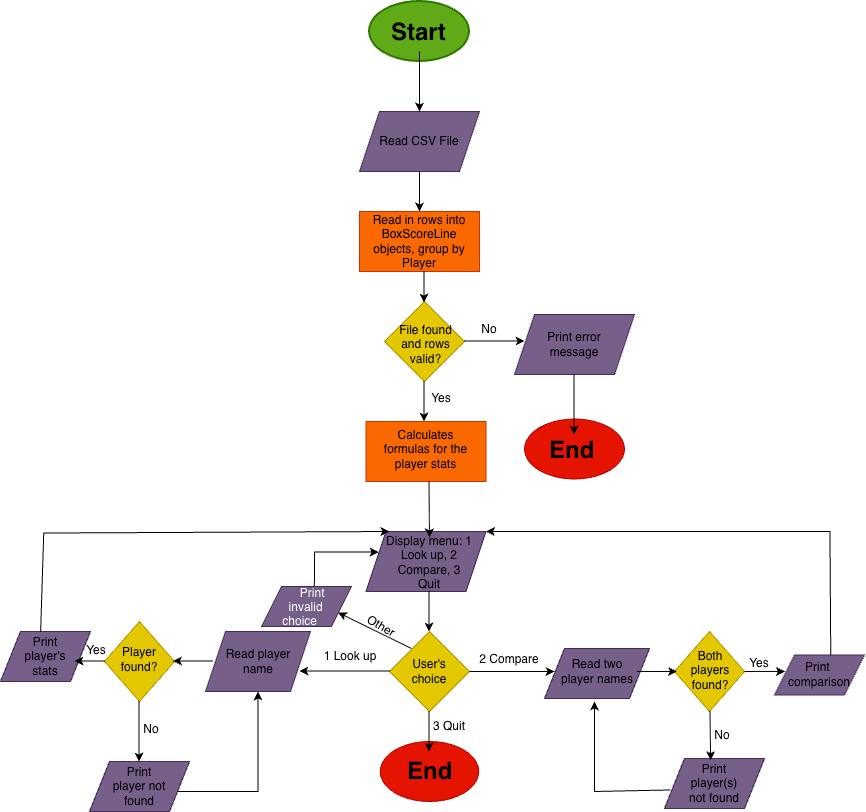
The draw.io diagram docs/flowchart.png in manyaj-08/WNBAnalytics, before a commit. Source tidied: cells renumbered, new cells last; positions are measured from the earlier drawing's top-left corner, leaving out a move shared by most shapes.
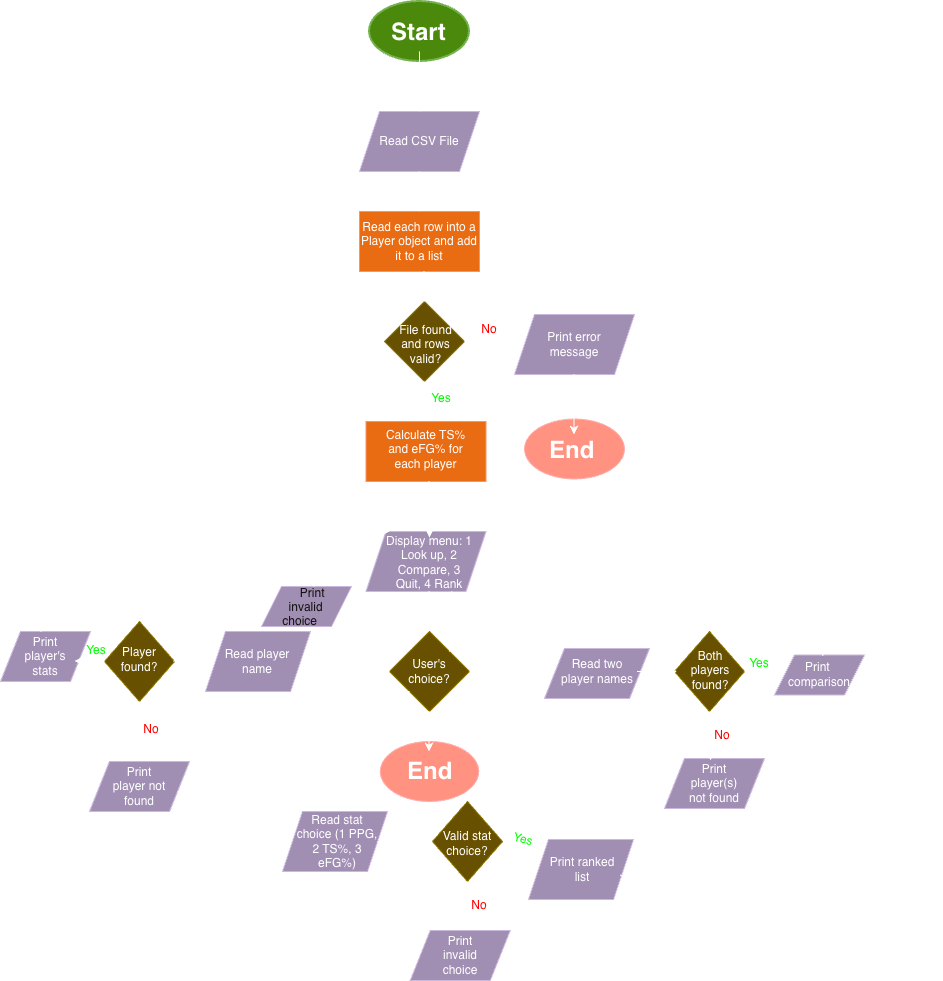
Later version of the same file.

Commit message:
Add rank branch and back option to flowchart

Change to the diagram source:
```diff
@@ -26,7 +26,7 @@
     <mxCell id="8" style="rounded=0;whiteSpace=wrap;html=1;fillColor=#fa6800;fontColor=#000000;strokeColor=#C73500;" parent="1" vertex="1">
       <mxGeometry x="359" y="210" width="120" height="60" as="geometry" />
     </mxCell>
-    <mxCell id="9" value="Read in rows into BoxScoreLine objects, group by Player" style="text;html=1;whiteSpace=wrap;strokeColor=none;fillColor=none;align=center;verticalAlign=middle;rounded=0;" parent="1" vertex="1">
+    <mxCell id="9" value="Read each row into a Player object and add it to a list" style="text;html=1;whiteSpace=wrap;strokeColor=none;fillColor=none;align=center;verticalAlign=middle;rounded=0;" parent="1" vertex="1">
       <mxGeometry x="359" y="225" width="120" height="30" as="geometry" />
     </mxCell>
     <mxCell id="10" style="endArrow=classic;html=1;rounded=0;defaultLabelBackgroundColor=page;" parent="1" edge="1">
@@ -50,7 +50,7 @@
     <mxCell id="14" style="rounded=0;whiteSpace=wrap;html=1;fillColor=#fa6800;fontColor=#000000;strokeColor=#C73500;" parent="1" vertex="1">
       <mxGeometry x="365.5" y="420" width="120" height="60" as="geometry" />
     </mxCell>
-    <mxCell id="15" value="Calculates formulas for the player stats" style="text;html=1;whiteSpace=wrap;strokeColor=none;fillColor=none;align=center;verticalAlign=middle;rounded=0;" parent="1" vertex="1">
+    <mxCell id="15" value="Calculate TS% and eFG% for each player" style="text;html=1;whiteSpace=wrap;strokeColor=none;fillColor=none;align=center;verticalAlign=middle;rounded=0;" parent="1" vertex="1">
       <mxGeometry x="375.5" y="435" width="98.5" height="25" as="geometry" />
     </mxCell>
     <mxCell id="16" style="endArrow=classic;html=1;rounded=0;defaultLabelBackgroundColor=page;" parent="1" edge="1">
@@ -62,7 +62,7 @@
     <mxCell id="17" style="shape=parallelogram;perimeter=parallelogramPerimeter;whiteSpace=wrap;html=1;shapeInside=1;fixedSize=1;fillColor=#76608a;fontColor=#ffffff;strokeColor=#432D57;" parent="1" vertex="1">
       <mxGeometry x="365.5" y="530" width="120" height="60" as="geometry" />
     </mxCell>
-    <mxCell id="18" value="&lt;meta charset=&quot;utf-8&quot;&gt;Display menu: 1 Look up, 2 Compare, 3 Quit" style="text;html=1;whiteSpace=wrap;strokeColor=none;fillColor=none;align=center;verticalAlign=middle;rounded=0;" parent="1" vertex="1">
+    <mxCell id="18" value="Display menu: 1 Look up, 2 Compare, 3 Quit, 4 Rank" style="text;html=1;whiteSpace=wrap;strokeColor=none;fillColor=none;align=center;verticalAlign=middle;rounded=0;" parent="1" vertex="1">
       <mxGeometry x="384" y="536" width="90" height="50" as="geometry" />
     </mxCell>
     <mxCell id="19" style="endArrow=classic;html=1;rounded=0;defaultLabelBackgroundColor=page;entryX=0.5;entryY=0;entryDx=0;entryDy=0;" parent="1" edge="1" target="18">
@@ -73,7 +73,7 @@
     <mxCell id="20" style="rhombus;whiteSpace=wrap;html=1;shapeInside=1;fillColor=#e3c800;fontColor=#000000;strokeColor=#B09500;" parent="1" vertex="1">
       <mxGeometry x="389" y="630" width="80" height="80" as="geometry" />
     </mxCell>
-    <mxCell id="21" value="User's choice" style="text;html=1;whiteSpace=wrap;strokeColor=none;fillColor=none;align=center;verticalAlign=middle;rounded=0;" parent="1" vertex="1">
+    <mxCell id="21" value="User's choice?" style="text;html=1;whiteSpace=wrap;strokeColor=none;fillColor=none;align=center;verticalAlign=middle;rounded=0;" parent="1" vertex="1">
       <mxGeometry x="399" y="655" width="60" height="30" as="geometry" />
     </mxCell>
     <mxCell id="22" style="endArrow=classic;html=1;rounded=0;defaultLabelBackgroundColor=page;" parent="1" edge="1">
@@ -211,11 +211,11 @@
     <mxCell id="55" value="Print&amp;nbsp; comparison" style="text;html=1;whiteSpace=wrap;strokeColor=none;fillColor=none;align=center;verticalAlign=middle;rounded=0;" parent="1" vertex="1">
       <mxGeometry x="789" y="664" width="60" height="17" as="geometry" />
     </mxCell>
-    <mxCell id="56" style="endArrow=classic;html=1;rounded=0;defaultLabelBackgroundColor=page;entryX=1;entryY=0.25;entryDx=0;entryDy=0;exitX=0.625;exitY=0.007;exitDx=0;exitDy=0;exitPerimeter=0;" parent="1" edge="1" source="54">
+    <mxCell id="56" style="endArrow=classic;html=1;rounded=0;defaultLabelBackgroundColor=page;entryX=1;entryY=0.25;entryDx=0;entryDy=0;exitX=0.535;exitY=0.023;exitDx=0;exitDy=0;exitPerimeter=0;" parent="1" edge="1" source="54">
       <mxGeometry x="0.04" relative="1" as="geometry">
-        <mxPoint x="485.5" y="530" as="targetPoint" />
+        <mxPoint x="478.2" y="556.2" as="targetPoint" />
         <Array as="points">
-          <mxPoint x="829.5" y="530" />
+          <mxPoint x="822.2" y="556.2" />
         </Array>
       </mxGeometry>
     </mxCell>
@@ -292,5 +292,86 @@
         </Array>
       </mxGeometry>
     </mxCell>
+    <mxCell id="73" style="endArrow=classic;html=1;rounded=0;defaultLabelBackgroundColor=page;exitX=1;exitY=0;exitDx=0;exitDy=0;entryX=0.75;entryY=1;entryDx=0;entryDy=0;" parent="1" edge="1" source="20">
+      <mxGeometry relative="1" as="geometry">
+        <mxPoint x="451.5" y="589" as="targetPoint" />
+      </mxGeometry>
+    </mxCell>
+    <mxCell id="74" value="Back" style="text;html=1;whiteSpace=wrap;strokeColor=none;fillColor=none;align=center;verticalAlign=middle;rounded=0;" parent="1" vertex="1">
+      <mxGeometry x="432" y="610" width="70" height="30" as="geometry" />
+    </mxCell>
+    <mxCell id="75" style="endArrow=classic;html=1;rounded=0;defaultLabelBackgroundColor=page;exitX=0;exitY=1;exitDx=0;exitDy=0;" parent="1" edge="1" source="20">
+      <mxGeometry x="0.02" relative="1" as="geometry">
+        <mxPoint x="339.8" y="811.4" as="targetPoint" />
+        <Array as="points">
+          <mxPoint x="341" y="730.7" />
+        </Array>
+      </mxGeometry>
+    </mxCell>
+    <mxCell id="76" value="4 Rank" style="text;html=1;whiteSpace=wrap;strokeColor=none;fillColor=none;align=center;verticalAlign=middle;rounded=0;rotation=-30;" parent="1" vertex="1">
+      <mxGeometry x="341" y="689" width="60" height="30" as="geometry" />
+    </mxCell>
+    <mxCell id="77" style="shape=parallelogram;perimeter=parallelogramPerimeter;whiteSpace=wrap;html=1;shapeInside=1;fixedSize=1;fillColor=#76608a;fontColor=#ffffff;strokeColor=#432D57;" parent="1" vertex="1">
+      <mxGeometry x="282" y="810" width="105" height="60" as="geometry" />
+    </mxCell>
+    <mxCell id="78" value="Read stat choice (1 PPG, 2 TS%, 3 eFG%)" style="text;html=1;whiteSpace=wrap;strokeColor=none;fillColor=none;align=center;verticalAlign=middle;rounded=0;" parent="1" vertex="1">
+      <mxGeometry x="291.5" y="825" width="90" height="30" as="geometry" />
+    </mxCell>
+    <mxCell id="79" style="rhombus;whiteSpace=wrap;html=1;shapeInside=1;fillColor=#e3c800;fontColor=#000000;strokeColor=#B09500;" parent="1" vertex="1">
+      <mxGeometry x="432" y="800" width="70" height="80" as="geometry" />
+    </mxCell>
+    <mxCell id="80" value="Valid stat choice?" style="text;html=1;whiteSpace=wrap;strokeColor=none;fillColor=none;align=center;verticalAlign=middle;rounded=0;" parent="1" vertex="1">
+      <mxGeometry x="437" y="829" width="60" height="25" as="geometry" />
+    </mxCell>
+    <mxCell id="81" style="endArrow=classic;html=1;rounded=0;defaultLabelBackgroundColor=page;exitX=1;exitY=0.5;exitDx=0;exitDy=0;entryX=0;entryY=0.5;entryDx=0;entryDy=0;" parent="1" edge="1" source="77" target="79">
+      <mxGeometry relative="1" as="geometry" />
+    </mxCell>
+    <mxCell id="82" style="endArrow=classic;html=1;rounded=0;defaultLabelBackgroundColor=page;" parent="1" edge="1" target="84">
+      <mxGeometry relative="1" as="geometry">
+        <mxPoint x="503.9" y="840" as="sourcePoint" />
+      </mxGeometry>
+    </mxCell>
+    <mxCell id="83" value="Yes" style="text;html=1;whiteSpace=wrap;strokeColor=none;fillColor=none;align=center;verticalAlign=middle;rounded=0;fontColor=light-dark(#000000,#00FF00);rotation=15;" parent="1" vertex="1">
+      <mxGeometry x="493" y="823" width="60" height="30" as="geometry" />
+    </mxCell>
+    <mxCell id="84" style="shape=parallelogram;perimeter=parallelogramPerimeter;whiteSpace=wrap;html=1;shapeInside=1;fixedSize=1;fillColor=#76608a;fontColor=#ffffff;strokeColor=#432D57;" parent="1" vertex="1">
+      <mxGeometry x="528" y="838" width="105" height="60" as="geometry" />
+    </mxCell>
+    <mxCell id="85" value="Print ranked&lt;div&gt;&amp;nbsp;list&amp;nbsp;&lt;/div&gt;" style="text;html=1;whiteSpace=wrap;strokeColor=none;fillColor=none;align=center;verticalAlign=middle;rounded=0;" parent="1" vertex="1">
+      <mxGeometry x="537.5" y="853" width="90" height="30" as="geometry" />
+    </mxCell>
+    <mxCell id="86" style="endArrow=classic;html=1;rounded=0;defaultLabelBackgroundColor=page;exitX=0.91;exitY=0.694;exitDx=0;exitDy=0;exitPerimeter=0;" parent="1" edge="1" source="85">
+      <mxGeometry x="0.01" relative="1" as="geometry">
+        <mxPoint x="485.5" y="532.7" as="targetPoint" />
+        <Array as="points">
+          <mxPoint x="932.6" y="875.5" />
+          <mxPoint x="929.2" y="530.4" />
+        </Array>
+      </mxGeometry>
+    </mxCell>
+    <mxCell id="87" value="No" style="text;html=1;whiteSpace=wrap;strokeColor=none;fillColor=none;align=center;verticalAlign=middle;rounded=0;fontColor=light-dark(#000000,#FF0000);" parent="1" vertex="1">
+      <mxGeometry x="449" y="889" width="60" height="30" as="geometry" />
+    </mxCell>
+    <mxCell id="88" style="endArrow=classic;html=1;rounded=0;defaultLabelBackgroundColor=page;entryX=0.451;entryY=0.033;entryDx=0;entryDy=0;entryPerimeter=0;" parent="1" edge="1">
+      <mxGeometry relative="1" as="geometry">
+        <mxPoint x="466.5" y="880" as="sourcePoint" />
+        <mxPoint x="467.1" y="928.7" as="targetPoint" />
+      </mxGeometry>
+    </mxCell>
+    <mxCell id="89" style="shape=parallelogram;perimeter=parallelogramPerimeter;whiteSpace=wrap;html=1;shapeInside=1;fixedSize=1;fillColor=#76608a;fontColor=#ffffff;strokeColor=#432D57;" parent="1" vertex="1">
+      <mxGeometry x="409.8" y="929" width="100" height="50" as="geometry" />
+    </mxCell>
+    <mxCell id="90" value="Print invalid choice" style="text;html=1;whiteSpace=wrap;strokeColor=none;fillColor=none;align=center;verticalAlign=middle;rounded=0;" parent="1" vertex="1">
+      <mxGeometry x="429.8" y="939" width="60" height="30" as="geometry" />
+    </mxCell>
+    <mxCell id="91" style="endArrow=classic;html=1;rounded=0;defaultLabelBackgroundColor=page;" parent="1" edge="1">
+      <mxGeometry relative="1" as="geometry">
+        <mxPoint x="415.5" y="960.5" as="sourcePoint" />
+        <mxPoint x="339.8" y="872" as="targetPoint" />
+        <Array as="points">
+          <mxPoint x="339.8" y="962" />
+        </Array>
+      </mxGeometry>
+    </mxCell>
   </root>
 </mxGraphModel>
```
